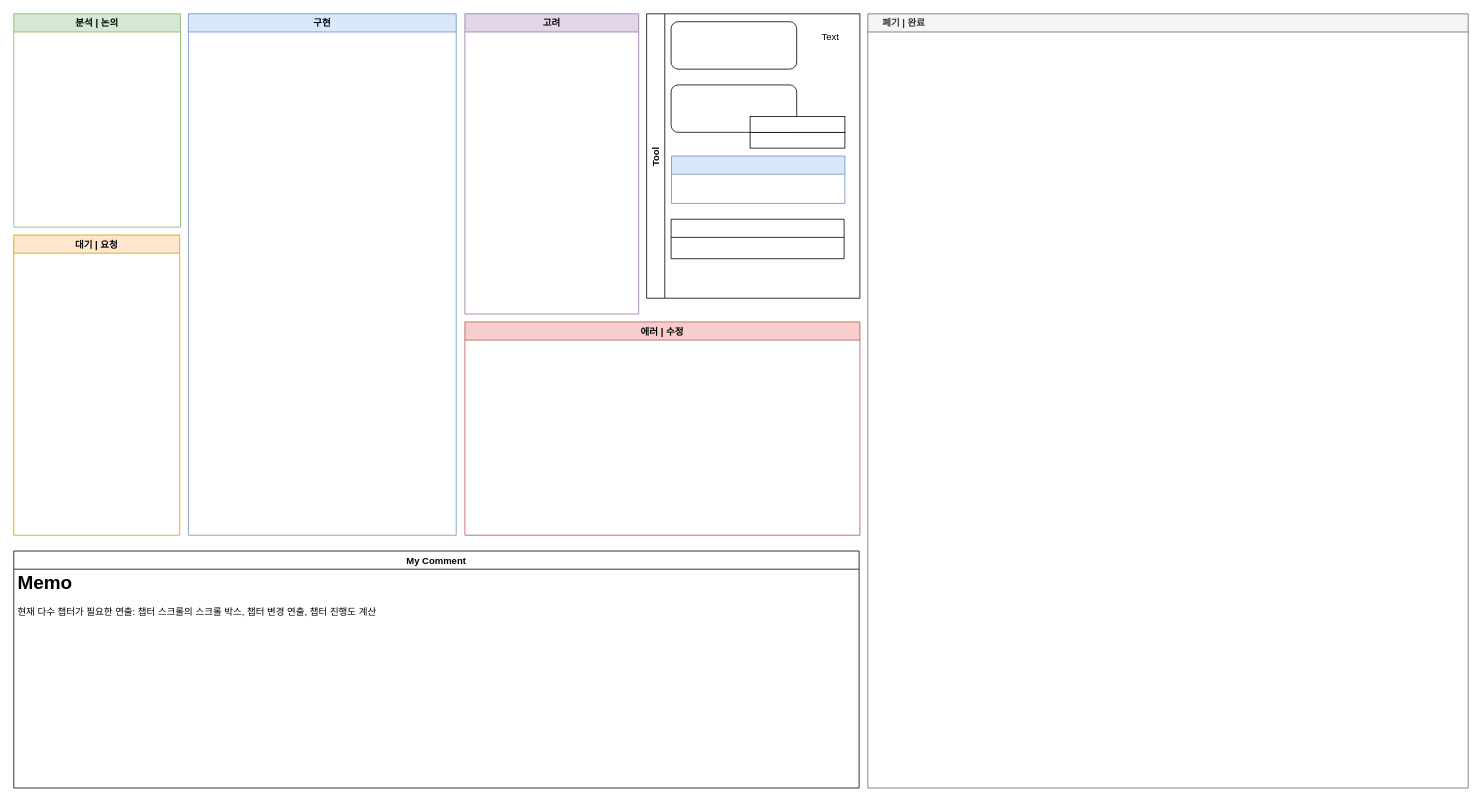
Earlier version of the draw.io diagram 반복 스테이지 진행상황.drawio (Endorr/Job-Board). Source tidied: cells renumbered, new cells numbered last; positions are measured from the earlier drawing's top-left corner, leaving out a move shared by most shapes. Both pictures are drawn from the tidied source at 79%, with x=0, y=0 at pixel (13, 13).
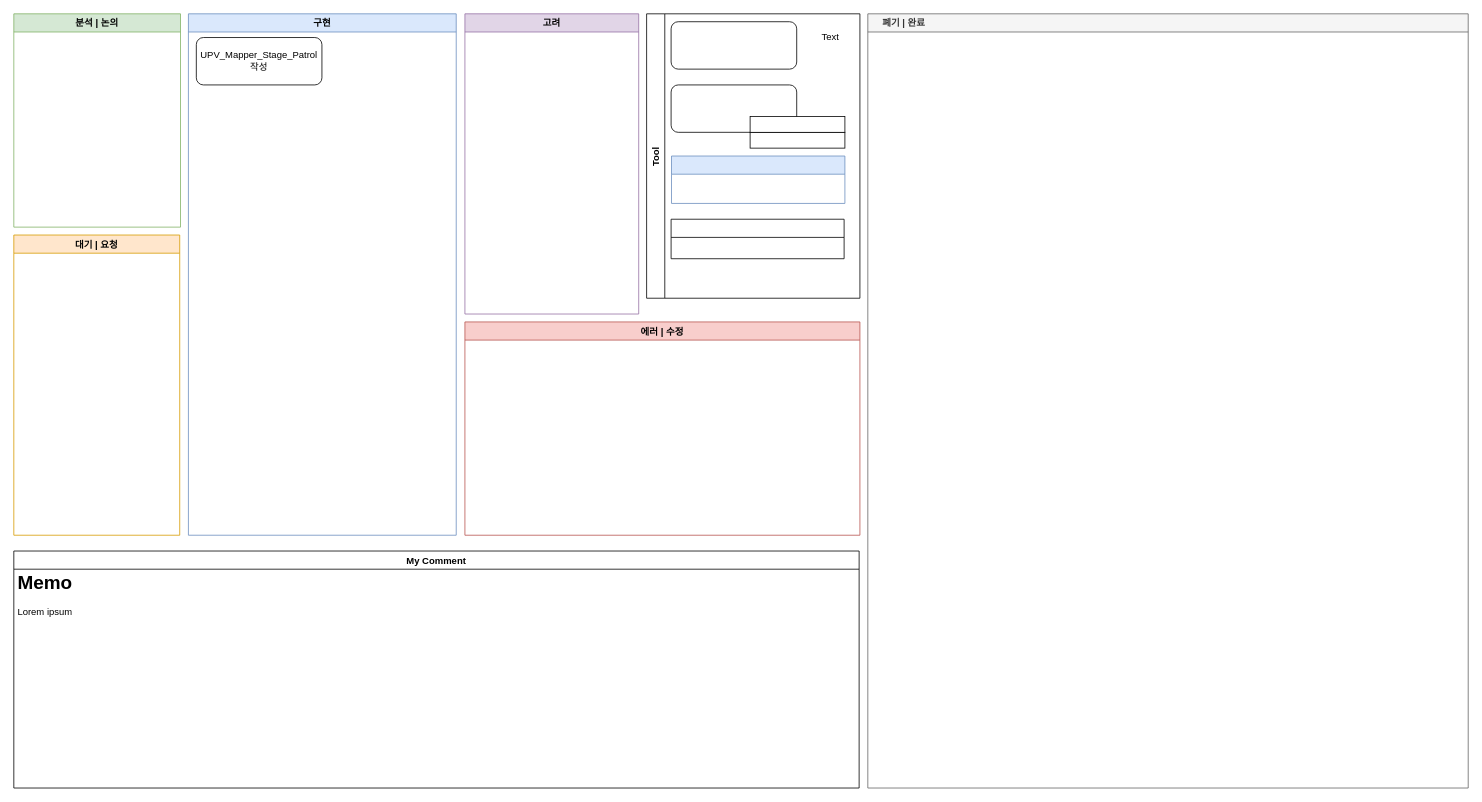
The same diagram, later.

Commit message:
Update 반복 스테이지 진행상황.drawio

Change to the diagram source:
```diff
@@
 <mxGraphModel>
   <root>
     <mxCell id="0" />
     <mxCell id="1" parent="0" />
     <mxCell id="2" value="구현" style="swimlane;fillColor=#dae8fc;strokeColor=#6c8ebf;" parent="1" vertex="1">
       <mxGeometry x="221" width="339" height="660" as="geometry" />
     </mxCell>
+    <mxCell id="19" value="UPV_Mapper_Stage_Patrol 작성" style="rounded=1;whiteSpace=wrap;html=1;" parent="2" vertex="1">
+      <mxGeometry x="10" y="30" width="159" height="60" as="geometry" />
+    </mxCell>
     <mxCell id="3" value="분석 | 논의" style="swimlane;strokeColor=#82b366;fillColor=#D5E8D4;" parent="1" vertex="1">
       <mxGeometry width="211" height="270" as="geometry" />
     </mxCell>
     <mxCell id="4" value="고려" style="swimlane;fillColor=#e1d5e7;strokeColor=#9673a6;" parent="1" vertex="1">
       <mxGeometry x="571" width="220" height="380" as="geometry" />
     </mxCell>
     <mxCell id="5" value="대기 | 요청" style="swimlane;strokeColor=#d79b00;fillColor=#ffe6cc;" parent="1" vertex="1">
       <mxGeometry y="280" width="210" height="380" as="geometry" />
     </mxCell>
     <mxCell id="6" value="에러 | 수정" style="swimlane;fillColor=#f8cecc;strokeColor=#b85450;startSize=23;" parent="1" vertex="1">
       <mxGeometry x="571" y="390" width="500" height="270" as="geometry" />
     </mxCell>
     <mxCell id="7" value="     폐기 | 완료" style="swimlane;strokeColor=#666666;fillColor=#f5f5f5;fontColor=#333333;align=left;" parent="1" vertex="1">
       <mxGeometry x="1081" width="760" height="980" as="geometry" />
     </mxCell>
     <mxCell id="8" value="My Comment" style="swimlane;" parent="1" vertex="1">
       <mxGeometry y="680" width="1070" height="300" as="geometry" />
     </mxCell>
-    <mxCell id="9" value="&lt;h1&gt;Memo&lt;/h1&gt;&lt;p&gt;현재 다수 챕터가 필요한 연출: 챕터 스크롤의 스크롤 박스, 챕터 변경 연출, 챕터 진행도 계산&lt;/p&gt;" style="text;html=1;strokeColor=none;fillColor=none;spacing=5;spacingTop=-20;whiteSpace=wrap;overflow=hidden;rounded=0;align=left;" parent="8" vertex="1">
+    <mxCell id="9" value="&lt;h1&gt;Memo&lt;/h1&gt;&lt;p&gt;Lorem ipsum&lt;/p&gt;" style="text;html=1;strokeColor=none;fillColor=none;spacing=5;spacingTop=-20;whiteSpace=wrap;overflow=hidden;rounded=0;align=left;" parent="8" vertex="1">
       <mxGeometry y="20" width="1070" height="280" as="geometry" />
     </mxCell>
     <mxCell id="10" value="Tool" style="swimlane;horizontal=0;" parent="1" vertex="1">
       <mxGeometry x="801" width="270" height="360" as="geometry" />
     </mxCell>
     <mxCell id="11" style="rounded=1;whiteSpace=wrap;html=1;" parent="10" vertex="1">
       <mxGeometry x="31" y="10" width="159" height="60" as="geometry" />
     </mxCell>
     <mxCell id="12" style="group;" parent="10" vertex="1">
       <mxGeometry x="31" y="90" width="220" height="80" as="geometry" />
     </mxCell>
     <mxCell id="13" style="rounded=1;whiteSpace=wrap;html=1;" parent="12" vertex="1">
       <mxGeometry width="159" height="60" as="geometry" />
     </mxCell>
     <mxCell id="14" style="rounded=0;whiteSpace=wrap;html=1;" parent="12" vertex="1">
       <mxGeometry x="100" y="60" width="120" height="20" as="geometry" />
     </mxCell>
     <mxCell id="15" style="rounded=0;whiteSpace=wrap;html=1;" parent="12" vertex="1">
       <mxGeometry x="100" y="40" width="120" height="20" as="geometry" />
     </mxCell>
     <mxCell id="16" style="swimlane;fillColor=#dae8fc;strokeColor=#6c8ebf;" parent="10" vertex="1">
       <mxGeometry x="31.5" y="180" width="219.5" height="60" as="geometry" />
     </mxCell>
     <mxCell id="17" style="swimlane;" parent="10" vertex="1">
       <mxGeometry x="31" y="260" width="219" height="50" as="geometry" />
     </mxCell>
     <mxCell id="18" value="Text" style="text;html=1;align=left;verticalAlign=middle;strokeColor=none;" parent="10" vertex="1">
       <mxGeometry x="220" y="20" width="40" height="20" as="geometry" />
     </mxCell>
   </root>
 </mxGraphModel>
```
